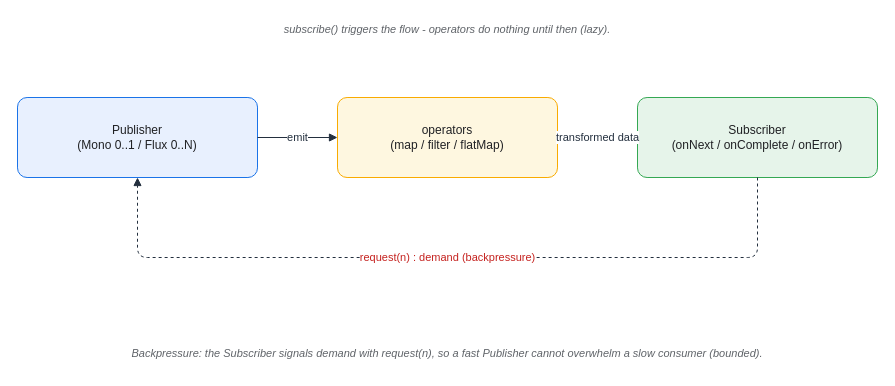
KKamJi98/kkamji98.github.io keeps this draw.io diagram as assets/img/spring/spring-10-mono-flux-backpressure.drawio. Above is the earlier version. Source tidied: cells renumbered, new cells numbered last; positions are measured from the earlier drawing's top-left corner, leaving out a move shared by most shapes. Both pictures are drawn from the tidied source at 100%, with x=0, y=0 at pixel (17, 17).
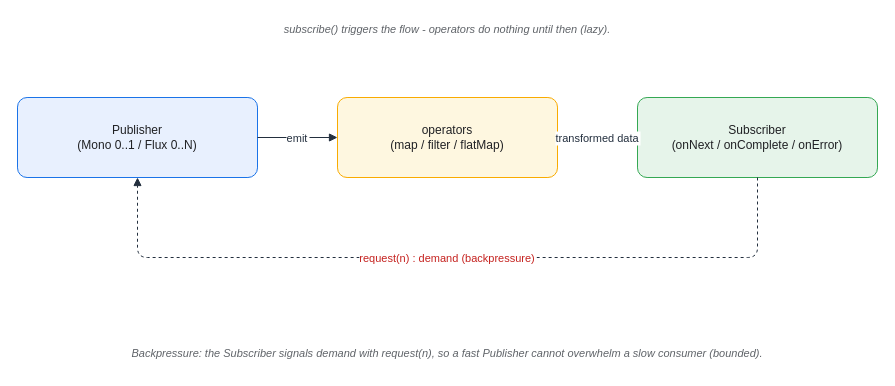
Above is the later version.

What changed in the source:
```diff
@@
 <mxGraphModel background="#FFFFFF">
   <root>
     <mxCell id="0" />
     <mxCell id="1" parent="0" />
     <mxCell id="2" value="Publisher&#10;(Mono 0..1 / Flux 0..N)" style="rounded=1;whiteSpace=wrap;html=1;arcSize=12;shadow=0;fillColor=#E8F0FE;strokeColor=#1A73E8;fontColor=#202124;" parent="1" vertex="1">
       <mxGeometry y="80" width="240" height="80" as="geometry" />
     </mxCell>
     <mxCell id="3" value="operators&#10;(map / filter / flatMap)" style="rounded=1;whiteSpace=wrap;html=1;arcSize=12;shadow=0;fillColor=#FEF7E0;strokeColor=#F9AB00;fontColor=#202124;" parent="1" vertex="1">
       <mxGeometry x="320" y="80" width="220" height="80" as="geometry" />
     </mxCell>
     <mxCell id="4" value="Subscriber&#10;(onNext / onComplete / onError)" style="rounded=1;whiteSpace=wrap;html=1;arcSize=12;shadow=0;fillColor=#E6F4EA;strokeColor=#34A853;fontColor=#202124;" parent="1" vertex="1">
       <mxGeometry x="620" y="80" width="240" height="80" as="geometry" />
     </mxCell>
     <mxCell id="5" value="subscribe() triggers the flow - operators do nothing until then (lazy)." style="text;html=1;align=center;verticalAlign=middle;whiteSpace=wrap;fontSize=11;fontColor=#5F6368;fontStyle=2;" parent="1" vertex="1">
       <mxGeometry width="860" height="24" as="geometry" />
     </mxCell>
     <mxCell id="6" value="Backpressure: the Subscriber signals demand with request(n), so a fast Publisher cannot overwhelm a slow consumer (bounded)." style="text;html=1;align=center;verticalAlign=middle;whiteSpace=wrap;fontSize=11;fontColor=#5F6368;fontStyle=2;" parent="1" vertex="1">
       <mxGeometry y="320" width="860" height="32" as="geometry" />
     </mxCell>
-    <mxCell id="7" value="emit" style="edgeStyle=orthogonalEdgeStyle;rounded=1;html=1;fontColor=#232F3E;strokeColor=#232F3E;labelBackgroundColor=#FFFFFF;endArrow=block;exitX=1;exitY=0.5;exitDx=0;exitDy=0;entryX=0;entryY=0.5;entryDx=0;entryDy=0;" parent="1" edge="1" source="2" target="3">
+    <mxCell id="7" value="emit" style="edgeStyle=orthogonalEdgeStyle;rounded=1;html=0;fontColor=#232F3E;strokeColor=#232F3E;labelBackgroundColor=#FFFFFF;endArrow=block;exitX=1;exitY=0.5;exitDx=0;exitDy=0;entryX=0;entryY=0.5;entryDx=0;entryDy=0;" parent="1" edge="1" source="2" target="3">
       <mxGeometry relative="1" as="geometry" />
     </mxCell>
-    <mxCell id="8" value="transformed data" style="edgeStyle=orthogonalEdgeStyle;rounded=1;html=1;fontColor=#232F3E;strokeColor=#232F3E;labelBackgroundColor=#FFFFFF;endArrow=block;exitX=1;exitY=0.5;exitDx=0;exitDy=0;entryX=0;entryY=0.5;entryDx=0;entryDy=0;" parent="1" edge="1" source="3" target="4">
+    <mxCell id="8" value="transformed data" style="edgeStyle=orthogonalEdgeStyle;rounded=1;html=0;fontColor=#232F3E;strokeColor=#232F3E;labelBackgroundColor=#FFFFFF;endArrow=block;exitX=1;exitY=0.5;exitDx=0;exitDy=0;entryX=0;entryY=0.5;entryDx=0;entryDy=0;" parent="1" edge="1" source="3" target="4">
       <mxGeometry relative="1" as="geometry" />
     </mxCell>
-    <mxCell id="9" value="request(n) : demand (backpressure)" style="edgeStyle=orthogonalEdgeStyle;rounded=1;html=1;dashed=1;fontColor=#C5221F;strokeColor=#232F3E;labelBackgroundColor=#FFFFFF;endArrow=block;exitX=0.5;exitY=1;exitDx=0;exitDy=0;entryX=0.5;entryY=1;entryDx=0;entryDy=0;" parent="1" edge="1" source="4" target="2">
+    <mxCell id="9" value="request(n) : demand (backpressure)" style="edgeStyle=orthogonalEdgeStyle;rounded=1;html=0;dashed=1;fontColor=#C5221F;strokeColor=#232F3E;labelBackgroundColor=#FFFFFF;endArrow=block;exitX=0.5;exitY=1;exitDx=0;exitDy=0;entryX=0.5;entryY=1;entryDx=0;entryDy=0;" parent="1" edge="1" source="4" target="2">
       <mxGeometry relative="1" as="geometry">
         <Array as="points">
           <mxPoint x="740" y="240" />
           <mxPoint x="120" y="240" />
         </Array>
       </mxGeometry>
     </mxCell>
   </root>
 </mxGraphModel>
```
